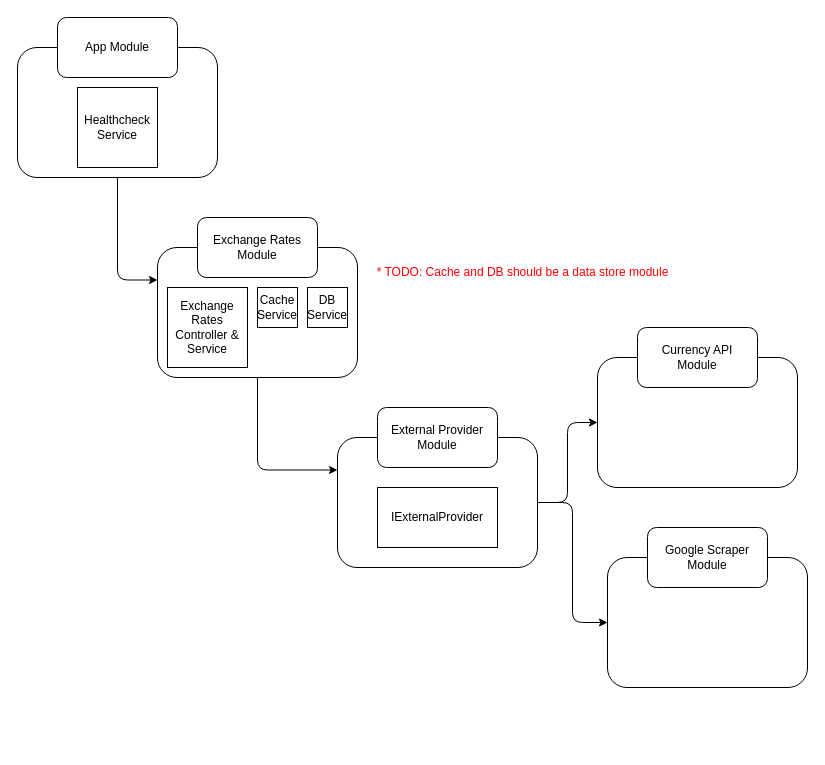
This is docs/architecture.drawio from AlvBarros/fetch-exch-rate, a draw.io file, before an edit. Source tidied: cells renumbered, new cells numbered last; positions are measured from the earlier drawing's top-left corner, leaving out a move shared by most shapes. Both pictures are drawn from the tidied source at 100%, with x=0, y=0 at pixel (17, 17).
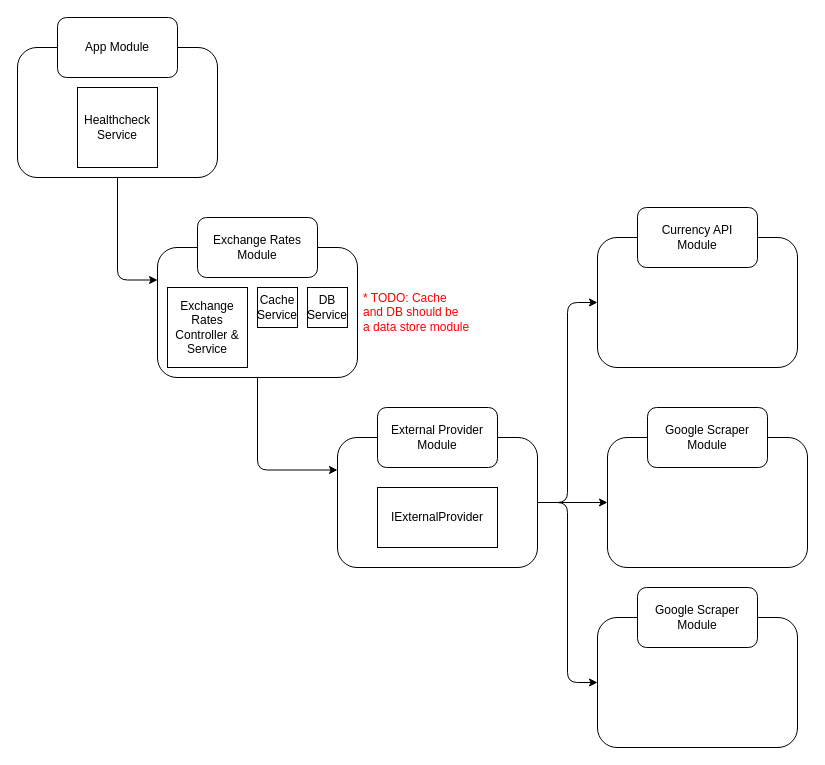
The same diagram, later.

Commit message (it also covers changes not shown here):
feat: :sparkles: Google Finances provider

The change refers to these unchanged cells:
```xml
<mxCell id="11" style="rounded=1;whiteSpace=wrap;html=1;" parent="1" vertex="1">
  <mxGeometry x="320" y="420" width="200" height="130" as="geometry" />
</mxCell>
```

The edit, as a diff of the source:
```diff
@@
+    <mxCell id="22" style="edgeStyle=orthogonalEdgeStyle;html=1;exitX=1;exitY=0.5;exitDx=0;exitDy=0;entryX=0;entryY=0.5;entryDx=0;entryDy=0;" parent="1" edge="1" source="11" target="23">
+      <mxGeometry relative="1" as="geometry" />
+    </mxCell>
@@
     <mxCell id="13" style="rounded=1;whiteSpace=wrap;html=1;" parent="1" vertex="1">
-      <mxGeometry x="580" y="340" width="200" height="130" as="geometry" />
+      <mxGeometry x="580" y="220" width="200" height="130" as="geometry" />
     </mxCell>
     <mxCell id="14" value="Currency API&lt;br&gt;Module" style="rounded=1;whiteSpace=wrap;html=1;" parent="1" vertex="1">
-      <mxGeometry x="620" y="310" width="120" height="60" as="geometry" />
+      <mxGeometry x="620" y="190" width="120" height="60" as="geometry" />
     </mxCell>
@@
-    <mxCell id="18" value="* TODO: Cache and DB should be a data store module" style="text;html=1;align=center;verticalAlign=middle;strokeColor=none;fillColor=none;fontColor=#FF0000;" parent="1" vertex="1">
-      <mxGeometry x="350" y="245" width="310" height="20" as="geometry" />
+    <mxCell id="18" value="* TODO: Cache &lt;br&gt;and DB should be &lt;br&gt;a data store module" style="text;html=1;align=left;verticalAlign=middle;strokeColor=none;fillColor=none;fontColor=#FF0000;" parent="1" vertex="1">
+      <mxGeometry x="344" y="270" width="120" height="50" as="geometry" />
     </mxCell>
     <mxCell id="19" style="rounded=1;whiteSpace=wrap;html=1;" parent="1" vertex="1">
-      <mxGeometry x="590" y="540" width="200" height="130" as="geometry" />
+      <mxGeometry x="590" y="420" width="200" height="130" as="geometry" />
     </mxCell>
     <mxCell id="20" value="Google Scraper&lt;br&gt;Module" style="rounded=1;whiteSpace=wrap;html=1;" parent="1" vertex="1">
-      <mxGeometry x="630" y="510" width="120" height="60" as="geometry" />
+      <mxGeometry x="630" y="390" width="120" height="60" as="geometry" />
     </mxCell>
@@
+    <mxCell id="23" style="rounded=1;whiteSpace=wrap;html=1;" parent="1" vertex="1">
+      <mxGeometry x="580" y="600" width="200" height="130" as="geometry" />
+    </mxCell>
+    <mxCell id="24" value="Google Scraper&lt;br&gt;Module" style="rounded=1;whiteSpace=wrap;html=1;" parent="1" vertex="1">
+      <mxGeometry x="620" y="570" width="120" height="60" as="geometry" />
+    </mxCell>
```
